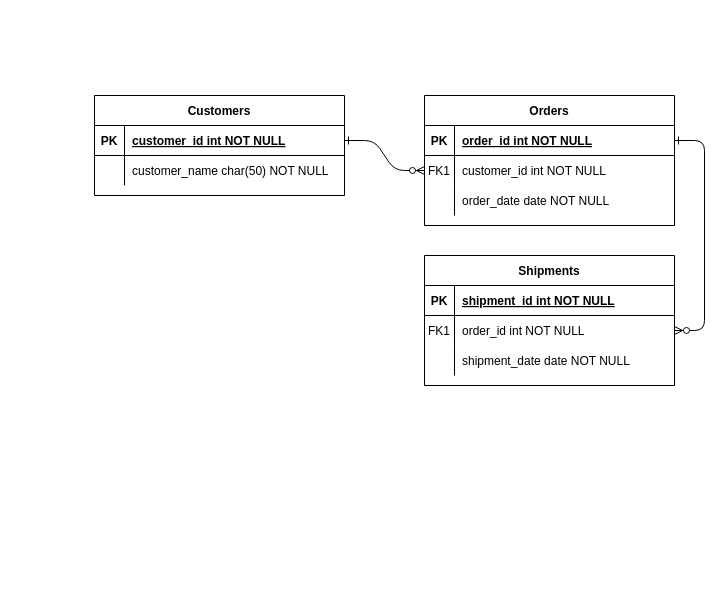
This is db_tvondmd_ER.drawio from KatyPap/databases-project, a draw.io file, before an edit. Source tidied: cells renumbered, new cells numbered last; positions are measured from the earlier drawing's top-left corner, leaving out a move shared by most shapes. Both pictures are drawn from the tidied source at 100%, with x=0, y=0 at pixel (94, 95).
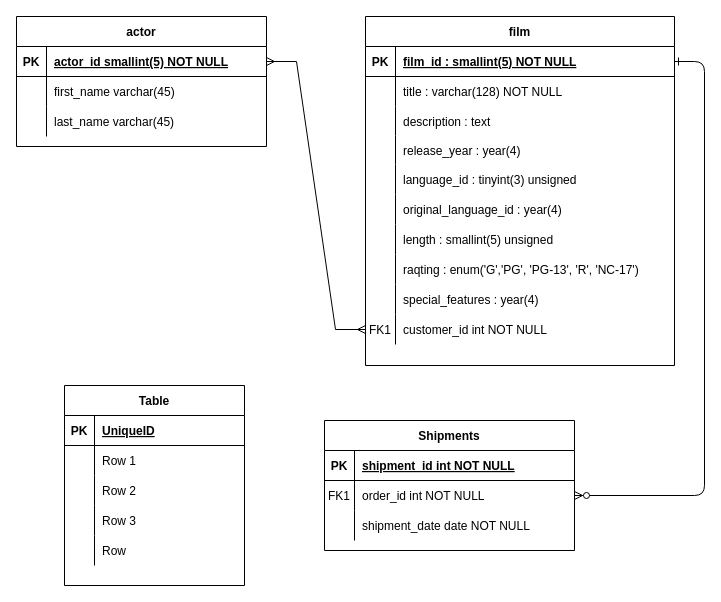
Above is the later version.

What changed in the source:
```diff
@@
-    <mxCell id="2" style="edgeStyle=entityRelationEdgeStyle;endArrow=ERzeroToMany;startArrow=ERone;endFill=1;startFill=0;" parent="1" edge="1" source="25" target="8">
-      <mxGeometry relative="1" as="geometry" />
-    </mxCell>
@@
-    <mxCell id="4" value="Orders" style="shape=table;startSize=30;childLayout=tableLayout;rowLines=0;fontStyle=1;align=center;" parent="1" vertex="1">
-      <mxGeometry x="330" width="250" height="130" as="geometry" />
+    <mxCell id="4" value="film" style="shape=table;startSize=30;childLayout=tableLayout;rowLines=0;fontStyle=1;align=center;" parent="1" vertex="1">
+      <mxGeometry x="271" y="-79" width="309" height="349" as="geometry" />
     </mxCell>
     <mxCell id="5" style="shape=partialRectangle;fillColor=none;points=[[0,0.5],[1,0.5]];portConstraint=eastwest;top=0;left=0;right=0;bottom=1;" parent="4" vertex="1">
-      <mxGeometry y="30" width="250" height="30" as="geometry" />
+      <mxGeometry y="30" width="309" height="30" as="geometry" />
     </mxCell>
@@
-    <mxCell id="7" value="order_id int NOT NULL " style="shape=partialRectangle;overflow=hidden;fillColor=none;top=0;left=0;bottom=0;right=0;align=left;spacingLeft=6;fontStyle=5;" parent="5" vertex="1">
-      <mxGeometry x="30" width="220" height="30" as="geometry" />
+    <mxCell id="7" value="film_id : smallint(5) NOT NULL " style="shape=partialRectangle;overflow=hidden;fillColor=none;top=0;left=0;bottom=0;right=0;align=left;spacingLeft=6;fontStyle=5;" parent="5" vertex="1">
+      <mxGeometry x="30" width="279" height="30" as="geometry" />
     </mxCell>
+    <mxCell id="31" style="shape=tableRow;horizontal=0;startSize=0;swimlaneHead=0;swimlaneBody=0;fillColor=none;top=0;left=0;right=0;bottom=0;" parent="4" vertex="1">
+      <mxGeometry y="60" width="309" height="30" as="geometry" />
+    </mxCell>
+    <mxCell id="32" style="shape=partialRectangle;fillColor=none;top=0;left=0;bottom=0;right=0;overflow=hidden;" parent="31" vertex="1">
+      <mxGeometry width="30" height="30" as="geometry" />
+    </mxCell>
+    <mxCell id="33" value="title : varchar(128) NOT NULL" style="shape=partialRectangle;fillColor=none;top=0;left=0;bottom=0;right=0;align=left;spacingLeft=6;overflow=hidden;" parent="31" vertex="1">
+      <mxGeometry x="30" width="279" height="30" as="geometry" />
+    </mxCell>
+    <mxCell id="34" style="shape=tableRow;horizontal=0;startSize=0;swimlaneHead=0;swimlaneBody=0;fillColor=none;top=0;left=0;right=0;bottom=0;" parent="4" vertex="1">
+      <mxGeometry y="90" width="309" height="29" as="geometry" />
+    </mxCell>
+    <mxCell id="35" style="shape=partialRectangle;fillColor=none;top=0;left=0;bottom=0;right=0;overflow=hidden;" parent="34" vertex="1">
+      <mxGeometry width="30" height="29" as="geometry" />
+    </mxCell>
+    <mxCell id="36" value="description : text" style="shape=partialRectangle;fillColor=none;top=0;left=0;bottom=0;right=0;align=left;spacingLeft=6;overflow=hidden;" parent="34" vertex="1">
+      <mxGeometry x="30" width="279" height="29" as="geometry" />
+    </mxCell>
+    <mxCell id="37" style="shape=tableRow;horizontal=0;startSize=0;swimlaneHead=0;swimlaneBody=0;fillColor=none;top=0;left=0;right=0;bottom=0;" parent="4" vertex="1">
+      <mxGeometry y="119" width="309" height="29" as="geometry" />
+    </mxCell>
+    <mxCell id="38" style="shape=partialRectangle;fillColor=none;top=0;left=0;bottom=0;right=0;overflow=hidden;" parent="37" vertex="1">
+      <mxGeometry width="30" height="29" as="geometry" />
+    </mxCell>
+    <mxCell id="39" value="release_year : year(4)" style="shape=partialRectangle;fillColor=none;top=0;left=0;bottom=0;right=0;align=left;spacingLeft=6;overflow=hidden;" parent="37" vertex="1">
+      <mxGeometry x="30" width="279" height="29" as="geometry" />
+    </mxCell>
+    <mxCell id="11" style="shape=partialRectangle;fillColor=none;top=0;left=0;right=0;bottom=0;" parent="4" vertex="1">
+      <mxGeometry y="148" width="309" height="30" as="geometry" />
+    </mxCell>
+    <mxCell id="12" style="shape=partialRectangle;overflow=hidden;fillColor=none;top=0;left=0;bottom=0;right=0;" parent="11" vertex="1">
+      <mxGeometry width="30" height="30" as="geometry" />
+    </mxCell>
+    <mxCell id="13" value="language_id : tinyint(3) unsigned" style="shape=partialRectangle;overflow=hidden;fillColor=none;top=0;left=0;bottom=0;right=0;align=left;spacingLeft=6;" parent="11" vertex="1">
+      <mxGeometry x="30" width="279" height="30" as="geometry" />
+    </mxCell>
+    <mxCell id="40" style="shape=tableRow;horizontal=0;startSize=0;swimlaneHead=0;swimlaneBody=0;fillColor=none;top=0;left=0;right=0;bottom=0;" parent="4" vertex="1">
+      <mxGeometry y="178" width="309" height="30" as="geometry" />
+    </mxCell>
+    <mxCell id="41" style="shape=partialRectangle;fillColor=none;top=0;left=0;bottom=0;right=0;overflow=hidden;" parent="40" vertex="1">
+      <mxGeometry width="30" height="30" as="geometry" />
+    </mxCell>
+    <mxCell id="42" value="original_language_id : year(4)" style="shape=partialRectangle;fillColor=none;top=0;left=0;bottom=0;right=0;align=left;spacingLeft=6;overflow=hidden;" parent="40" vertex="1">
+      <mxGeometry x="30" width="279" height="30" as="geometry" />
+    </mxCell>
+    <mxCell id="43" style="shape=tableRow;horizontal=0;startSize=0;swimlaneHead=0;swimlaneBody=0;fillColor=none;top=0;left=0;right=0;bottom=0;" parent="4" vertex="1">
+      <mxGeometry y="208" width="309" height="30" as="geometry" />
+    </mxCell>
+    <mxCell id="44" style="shape=partialRectangle;fillColor=none;top=0;left=0;bottom=0;right=0;overflow=hidden;" parent="43" vertex="1">
+      <mxGeometry width="30" height="30" as="geometry" />
+    </mxCell>
+    <mxCell id="45" value="length : smallint(5) unsigned" style="shape=partialRectangle;fillColor=none;top=0;left=0;bottom=0;right=0;align=left;spacingLeft=6;overflow=hidden;" parent="43" vertex="1">
+      <mxGeometry x="30" width="279" height="30" as="geometry" />
+    </mxCell>
+    <mxCell id="46" style="shape=tableRow;horizontal=0;startSize=0;swimlaneHead=0;swimlaneBody=0;fillColor=none;top=0;left=0;right=0;bottom=0;" parent="4" vertex="1">
+      <mxGeometry y="238" width="309" height="30" as="geometry" />
+    </mxCell>
+    <mxCell id="47" style="shape=partialRectangle;fillColor=none;top=0;left=0;bottom=0;right=0;overflow=hidden;" parent="46" vertex="1">
+      <mxGeometry width="30" height="30" as="geometry" />
+    </mxCell>
+    <mxCell id="48" value="raqting : enum('G','PG', 'PG-13', 'R', 'NC-17')" style="shape=partialRectangle;fillColor=none;top=0;left=0;bottom=0;right=0;align=left;spacingLeft=6;overflow=hidden;" parent="46" vertex="1">
+      <mxGeometry x="30" width="279" height="30" as="geometry" />
+    </mxCell>
+    <mxCell id="49" style="shape=tableRow;horizontal=0;startSize=0;swimlaneHead=0;swimlaneBody=0;fillColor=none;top=0;left=0;right=0;bottom=0;" parent="4" vertex="1">
+      <mxGeometry y="268" width="309" height="30" as="geometry" />
+    </mxCell>
+    <mxCell id="50" style="shape=partialRectangle;fillColor=none;top=0;left=0;bottom=0;right=0;overflow=hidden;" parent="49" vertex="1">
+      <mxGeometry width="30" height="30" as="geometry" />
+    </mxCell>
+    <mxCell id="51" value="special_features : year(4)" style="shape=partialRectangle;fillColor=none;top=0;left=0;bottom=0;right=0;align=left;spacingLeft=6;overflow=hidden;" parent="49" vertex="1">
+      <mxGeometry x="30" width="279" height="30" as="geometry" />
+    </mxCell>
     <mxCell id="8" style="shape=partialRectangle;fillColor=none;points=[[0,0.5],[1,0.5]];portConstraint=eastwest;top=0;left=0;right=0;bottom=0;" parent="4" vertex="1">
-      <mxGeometry y="60" width="250" height="30" as="geometry" />
+      <mxGeometry y="298" width="309" height="30" as="geometry" />
     </mxCell>
@@
     <mxCell id="10" value="customer_id int NOT NULL" style="shape=partialRectangle;overflow=hidden;fillColor=none;top=0;left=0;bottom=0;right=0;align=left;spacingLeft=6;" parent="8" vertex="1">
-      <mxGeometry x="30" width="220" height="30" as="geometry" />
+      <mxGeometry x="30" width="279" height="30" as="geometry" />
     </mxCell>
-    <mxCell id="11" style="shape=partialRectangle;fillColor=none;top=0;left=0;right=0;bottom=0;" parent="4" vertex="1">
-      <mxGeometry y="90" width="250" height="30" as="geometry" />
-    </mxCell>
-    <mxCell id="12" style="shape=partialRectangle;overflow=hidden;fillColor=none;top=0;left=0;bottom=0;right=0;" parent="11" vertex="1">
-      <mxGeometry width="30" height="30" as="geometry" />
-    </mxCell>
-    <mxCell id="13" value="order_date date NOT NULL" style="shape=partialRectangle;overflow=hidden;fillColor=none;top=0;left=0;bottom=0;right=0;align=left;spacingLeft=6;" parent="11" vertex="1">
-      <mxGeometry x="30" width="220" height="30" as="geometry" />
-    </mxCell>
     <mxCell id="14" value="Shipments" style="shape=table;startSize=30;childLayout=tableLayout;rowLines=0;fontStyle=1;align=center;" parent="1" vertex="1">
-      <mxGeometry x="330" y="160" width="250" height="130" as="geometry" />
+      <mxGeometry x="230" y="325" width="250" height="130" as="geometry" />
     </mxCell>
@@
-    <mxCell id="24" value="Customers" style="shape=table;startSize=30;childLayout=tableLayout;rowLines=0;fontStyle=1;align=center;" parent="1" vertex="1">
-      <mxGeometry width="250" height="100" as="geometry" />
-    </mxCell>
+    <mxCell id="52" value="actor" style="shape=table;startSize=30;childLayout=tableLayout;rowLines=0;fontStyle=1;align=center;" parent="1" vertex="1">
+      <mxGeometry x="-78" y="-79" width="250" height="130" as="geometry" />
+    </mxCell>
-    <mxCell id="25" style="shape=partialRectangle;fillColor=none;points=[[0,0.5],[1,0.5]];portConstraint=eastwest;top=0;left=0;right=0;bottom=1;" parent="24" vertex="1">
+    <mxCell id="25" style="shape=partialRectangle;fillColor=none;points=[[0,0.5],[1,0.5]];portConstraint=eastwest;top=0;left=0;right=0;bottom=1;" parent="52" vertex="1">
       <mxGeometry y="30" width="250" height="30" as="geometry" />
     </mxCell>
@@
-    <mxCell id="27" value="customer_id int NOT NULL " style="shape=partialRectangle;overflow=hidden;fillColor=none;top=0;left=0;bottom=0;right=0;align=left;spacingLeft=6;fontStyle=5;" parent="25" vertex="1">
-      <mxGeometry x="30" width="220" height="30" as="geometry" />
-    </mxCell>
+    <mxCell id="53" value="actor_id smallint(5) NOT NULL" style="shape=partialRectangle;overflow=hidden;fillColor=none;top=0;left=0;bottom=0;right=0;align=left;spacingLeft=6;fontStyle=5;" parent="25" vertex="1">
+      <mxGeometry x="30" width="220" height="30" as="geometry" />
+    </mxCell>
-    <mxCell id="28" style="shape=partialRectangle;fillColor=none;top=0;left=0;right=0;bottom=0;" parent="24" vertex="1">
+    <mxCell id="28" style="shape=partialRectangle;fillColor=none;top=0;left=0;right=0;bottom=0;" parent="52" vertex="1">
       <mxGeometry y="60" width="250" height="30" as="geometry" />
     </mxCell>
@@
-    <mxCell id="30" value="customer_name char(50) NOT NULL" style="shape=partialRectangle;overflow=hidden;fillColor=none;top=0;left=0;bottom=0;right=0;align=left;spacingLeft=6;" parent="28" vertex="1">
-      <mxGeometry x="30" width="220" height="30" as="geometry" />
-    </mxCell>
+    <mxCell id="54" value="first_name varchar(45) " style="shape=partialRectangle;overflow=hidden;fillColor=none;top=0;left=0;bottom=0;right=0;align=left;spacingLeft=6;" parent="28" vertex="1">
+      <mxGeometry x="30" width="220" height="30" as="geometry" />
+    </mxCell>
+    <mxCell id="55" style="shape=tableRow;horizontal=0;startSize=0;swimlaneHead=0;swimlaneBody=0;fillColor=none;top=0;left=0;right=0;bottom=0;" parent="52" vertex="1">
+      <mxGeometry y="90" width="250" height="30" as="geometry" />
+    </mxCell>
+    <mxCell id="56" style="shape=partialRectangle;fillColor=none;top=0;left=0;bottom=0;right=0;overflow=hidden;" parent="55" vertex="1">
+      <mxGeometry width="30" height="30" as="geometry" />
+    </mxCell>
+    <mxCell id="57" value="last_name varchar(45) " style="shape=partialRectangle;fillColor=none;top=0;left=0;bottom=0;right=0;align=left;spacingLeft=6;overflow=hidden;" parent="55" vertex="1">
+      <mxGeometry x="30" width="220" height="30" as="geometry" />
+    </mxCell>
+    <mxCell id="58" value="Table" style="shape=table;startSize=30;childLayout=tableLayout;rowLines=0;fontStyle=1;align=center;" parent="1" vertex="1">
+      <mxGeometry x="-30" y="290" width="180" height="200" as="geometry" />
+    </mxCell>
+    <mxCell id="59" style="shape=tableRow;horizontal=0;startSize=0;swimlaneHead=0;swimlaneBody=0;fillColor=none;top=0;left=0;right=0;bottom=1;" parent="58" vertex="1">
+      <mxGeometry y="30" width="180" height="30" as="geometry" />
+    </mxCell>
+    <mxCell id="60" value="PK" style="shape=partialRectangle;fillColor=none;top=0;left=0;bottom=0;right=0;fontStyle=1;overflow=hidden;" parent="59" vertex="1">
+      <mxGeometry width="30" height="30" as="geometry" />
+    </mxCell>
+    <mxCell id="61" value="UniqueID" style="shape=partialRectangle;fillColor=none;top=0;left=0;bottom=0;right=0;align=left;spacingLeft=6;fontStyle=5;overflow=hidden;" parent="59" vertex="1">
+      <mxGeometry x="30" width="150" height="30" as="geometry" />
+    </mxCell>
+    <mxCell id="62" style="shape=tableRow;horizontal=0;startSize=0;swimlaneHead=0;swimlaneBody=0;fillColor=none;top=0;left=0;right=0;bottom=0;" parent="58" vertex="1">
+      <mxGeometry y="60" width="180" height="30" as="geometry" />
+    </mxCell>
+    <mxCell id="63" style="shape=partialRectangle;fillColor=none;top=0;left=0;bottom=0;right=0;overflow=hidden;" parent="62" vertex="1">
+      <mxGeometry width="30" height="30" as="geometry" />
+    </mxCell>
+    <mxCell id="64" value="Row 1" style="shape=partialRectangle;fillColor=none;top=0;left=0;bottom=0;right=0;align=left;spacingLeft=6;overflow=hidden;" parent="62" vertex="1">
+      <mxGeometry x="30" width="150" height="30" as="geometry" />
+    </mxCell>
+    <mxCell id="65" style="shape=tableRow;horizontal=0;startSize=0;swimlaneHead=0;swimlaneBody=0;fillColor=none;top=0;left=0;right=0;bottom=0;" parent="58" vertex="1">
+      <mxGeometry y="90" width="180" height="30" as="geometry" />
+    </mxCell>
+    <mxCell id="66" style="shape=partialRectangle;fillColor=none;top=0;left=0;bottom=0;right=0;overflow=hidden;" parent="65" vertex="1">
+      <mxGeometry width="30" height="30" as="geometry" />
+    </mxCell>
+    <mxCell id="67" value="Row 2" style="shape=partialRectangle;fillColor=none;top=0;left=0;bottom=0;right=0;align=left;spacingLeft=6;overflow=hidden;" parent="65" vertex="1">
+      <mxGeometry x="30" width="150" height="30" as="geometry" />
+    </mxCell>
+    <mxCell id="68" style="shape=tableRow;horizontal=0;startSize=0;swimlaneHead=0;swimlaneBody=0;fillColor=none;top=0;left=0;right=0;bottom=0;" parent="58" vertex="1">
+      <mxGeometry y="120" width="180" height="30" as="geometry" />
+    </mxCell>
+    <mxCell id="69" style="shape=partialRectangle;fillColor=none;top=0;left=0;bottom=0;right=0;overflow=hidden;" parent="68" vertex="1">
+      <mxGeometry width="30" height="30" as="geometry" />
+    </mxCell>
+    <mxCell id="70" value="Row 3" style="shape=partialRectangle;fillColor=none;top=0;left=0;bottom=0;right=0;align=left;spacingLeft=6;overflow=hidden;" parent="68" vertex="1">
+      <mxGeometry x="30" width="150" height="30" as="geometry" />
+    </mxCell>
+    <mxCell id="71" style="shape=tableRow;horizontal=0;startSize=0;swimlaneHead=0;swimlaneBody=0;fillColor=none;top=0;left=0;right=0;bottom=0;" parent="58" vertex="1">
+      <mxGeometry y="150" width="180" height="30" as="geometry" />
+    </mxCell>
+    <mxCell id="72" style="shape=partialRectangle;fillColor=none;top=0;left=0;bottom=0;right=0;overflow=hidden;" parent="71" vertex="1">
+      <mxGeometry width="30" height="30" as="geometry" />
+    </mxCell>
+    <mxCell id="73" value="Row" style="shape=partialRectangle;fillColor=none;top=0;left=0;bottom=0;right=0;align=left;spacingLeft=6;overflow=hidden;" parent="71" vertex="1">
+      <mxGeometry x="30" width="150" height="30" as="geometry" />
+    </mxCell>
+    <mxCell id="2" style="edgeStyle=entityRelationEdgeStyle;fontSize=12;html=1;endArrow=ERmany;startArrow=ERmany;rounded=0;entryX=0;entryY=0.5;entryDx=0;entryDy=0;exitX=1;exitY=0.5;exitDx=0;exitDy=0;" parent="1" edge="1" source="25" target="8">
+      <mxGeometry relative="1" as="geometry" />
+    </mxCell>
```
